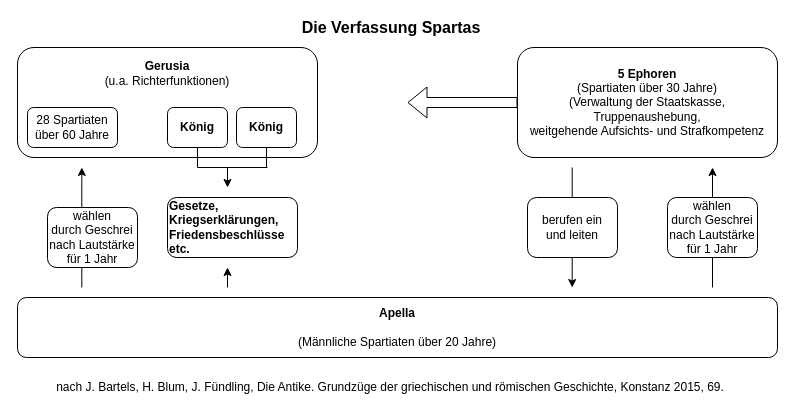
Before: Verfassung Spartas.drawio in eike-code/eike-code.github.io, a draw.io diagram. Source tidied: cells renumbered, new cells numbered last; positions are measured from the earlier drawing's top-left corner, leaving out a move shared by most shapes. Both pictures are drawn from the tidied source at 100%, with x=0, y=0 at pixel (17, 17).
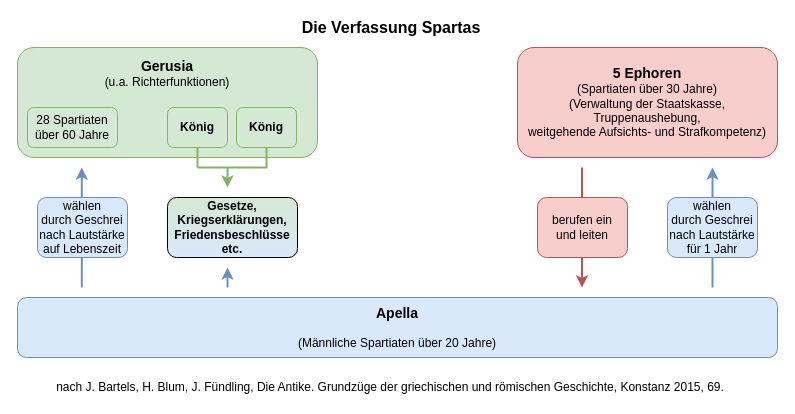
The same diagram, later.

What changed in the source:
```diff
@@
-    <mxCell id="2" style="endArrow=classic;html=1;" parent="1" edge="1">
-      <mxGeometry relative="1" as="geometry">
-        <mxPoint x="554.7" y="150" as="sourcePoint" />
-        <mxPoint x="554.7" y="270" as="targetPoint" />
-      </mxGeometry>
-    </mxCell>
-    <mxCell id="3" style="endArrow=classic;html=1;" parent="1" edge="1">
-      <mxGeometry relative="1" as="geometry">
-        <mxPoint x="695" y="270" as="sourcePoint" />
-        <mxPoint x="695" y="150" as="targetPoint" />
-      </mxGeometry>
-    </mxCell>
@@
-    <mxCell id="6" value="&lt;div&gt;&lt;b&gt;&lt;font face=&quot;Cardo&quot;&gt;5 Ephoren&lt;/font&gt;&lt;/b&gt;&lt;/div&gt;&lt;div&gt;&lt;font face=&quot;Cardo&quot;&gt;(Spartiaten über 30 Jahre)&lt;/font&gt;&lt;/div&gt;&lt;div&gt;&lt;font face=&quot;Cardo&quot;&gt;(Verwaltung der Staatskasse, &lt;br&gt;&lt;/font&gt;&lt;/div&gt;&lt;div&gt;&lt;font face=&quot;Cardo&quot;&gt;Truppenaushebung,&lt;/font&gt;&lt;/div&gt;&lt;div&gt;&lt;font face=&quot;Cardo&quot;&gt;weitgehende Aufsichts- und Strafkompetenz&lt;br&gt;&lt;/font&gt;&lt;/div&gt;" style="rounded=1;whiteSpace=wrap;html=1;" parent="1" vertex="1">
-      <mxGeometry x="500" y="30" width="260" height="110" as="geometry" />
-    </mxCell>
-    <mxCell id="7" value="&lt;div&gt;&lt;b&gt;&lt;font face=&quot;Cardo&quot;&gt;Apella&lt;/font&gt;&lt;/b&gt;&lt;/div&gt;&lt;div&gt;&lt;font face=&quot;Cardo&quot;&gt;&lt;br&gt;&lt;/font&gt;&lt;/div&gt;&lt;div&gt;&lt;font face=&quot;Cardo&quot;&gt;(Männliche Spartiaten über 20 Jahre)&lt;br&gt;&lt;/font&gt;&lt;/div&gt;" style="rounded=1;whiteSpace=wrap;html=1;" parent="1" vertex="1">
-      <mxGeometry y="280" width="760" height="60" as="geometry" />
-    </mxCell>
-    <mxCell id="8" value="&lt;div&gt;&lt;font face=&quot;Cardo&quot;&gt;wählen &lt;br&gt;&lt;/font&gt;&lt;/div&gt;&lt;div&gt;&lt;font face=&quot;Cardo&quot;&gt;durch Geschrei nach Lautstärke für 1 Jahr&lt;/font&gt;&lt;/div&gt;" style="rounded=1;whiteSpace=wrap;html=1;" parent="1" vertex="1">
-      <mxGeometry x="650" y="180" width="90" height="60" as="geometry" />
-    </mxCell>
-    <mxCell id="9" value="&lt;div&gt;&lt;font face=&quot;Cardo&quot;&gt;berufen ein&lt;/font&gt;&lt;/div&gt;&lt;div&gt;&lt;font face=&quot;Cardo&quot;&gt;und leiten&lt;/font&gt;&lt;/div&gt;" style="rounded=1;whiteSpace=wrap;html=1;" parent="1" vertex="1">
-      <mxGeometry x="510" y="180" width="90" height="60" as="geometry" />
-    </mxCell>
-    <mxCell id="10" style="shape=flexArrow;endArrow=classic;html=1;exitX=0;exitY=0.5;exitDx=0;exitDy=0;" parent="1" edge="1" source="6">
-      <mxGeometry relative="1" as="geometry">
-        <mxPoint x="390" y="85" as="targetPoint" />
-      </mxGeometry>
-    </mxCell>
+    <mxCell id="13" value="&lt;div&gt;&lt;font face=&quot;Cardo&quot;&gt;&lt;b&gt;Gesetze,&lt;/b&gt;&lt;/font&gt;&lt;/div&gt;&lt;div&gt;&lt;font face=&quot;Cardo&quot;&gt;&lt;b&gt;Kriegserklärungen,&lt;br&gt;Friedensbeschlüsse etc.&lt;br&gt;&lt;/b&gt;&lt;/font&gt;&lt;/div&gt;" style="rounded=1;whiteSpace=wrap;html=1;align=center;fillColor=#D5E8D4;gradientColor=#DAE8FC;" parent="1" vertex="1">
+      <mxGeometry x="150" y="180" width="130" height="60" as="geometry" />
+    </mxCell>
+    <mxCell id="23" style="group;" parent="1" vertex="1">
+      <mxGeometry y="30" width="300" height="140" as="geometry" />
+    </mxCell>
-    <mxCell id="11" value="&lt;div&gt;&lt;b&gt;&lt;font face=&quot;Cardo&quot;&gt;Gerusia&lt;/font&gt;&lt;/b&gt;&lt;/div&gt;&lt;div&gt;&lt;font face=&quot;Cardo&quot;&gt;(u.a. Richterfunktionen)&lt;/font&gt;&lt;/div&gt;&lt;div&gt;&lt;font face=&quot;Cardo&quot;&gt;&lt;br&gt;&lt;/font&gt;&lt;/div&gt;&lt;div&gt;&lt;font face=&quot;Cardo&quot;&gt;&lt;br&gt;&lt;/font&gt;&lt;/div&gt;&lt;div&gt;&lt;font face=&quot;Cardo&quot;&gt;&lt;br&gt;&lt;/font&gt;&lt;/div&gt;&lt;div&gt;&lt;font face=&quot;Cardo&quot;&gt;&lt;br&gt;&lt;/font&gt;&lt;/div&gt;" style="rounded=1;whiteSpace=wrap;html=1;" parent="1" vertex="1">
-      <mxGeometry y="30" width="300" height="110" as="geometry" />
+    <mxCell id="11" value="&lt;div&gt;&lt;font size=&quot;1&quot;&gt;&lt;b&gt;&lt;font style=&quot;font-size: 14px&quot; face=&quot;Cardo&quot;&gt;Gerusia&lt;/font&gt;&lt;/b&gt;&lt;/font&gt;&lt;/div&gt;&lt;div&gt;&lt;font face=&quot;Cardo&quot;&gt;(u.a. Richterfunktionen)&lt;/font&gt;&lt;/div&gt;&lt;div&gt;&lt;font face=&quot;Cardo&quot;&gt;&lt;br&gt;&lt;/font&gt;&lt;/div&gt;&lt;div&gt;&lt;font face=&quot;Cardo&quot;&gt;&lt;br&gt;&lt;/font&gt;&lt;/div&gt;&lt;div&gt;&lt;font face=&quot;Cardo&quot;&gt;&lt;br&gt;&lt;/font&gt;&lt;/div&gt;&lt;div&gt;&lt;font face=&quot;Cardo&quot;&gt;&lt;br&gt;&lt;/font&gt;&lt;/div&gt;" style="rounded=1;whiteSpace=wrap;html=1;fillColor=#d5e8d4;strokeColor=#82b366;" parent="23" vertex="1">
+      <mxGeometry width="300" height="110" as="geometry" />
     </mxCell>
-    <mxCell id="12" style="endArrow=classic;html=1;" parent="1" edge="1">
-      <mxGeometry relative="1" as="geometry">
-        <mxPoint x="64.3" y="270" as="sourcePoint" />
-        <mxPoint x="64.3" y="150" as="targetPoint" />
-      </mxGeometry>
-    </mxCell>
-    <mxCell id="13" value="&lt;div align=&quot;left&quot;&gt;&lt;font face=&quot;Cardo&quot;&gt;&lt;b&gt;Gesetze,&lt;/b&gt;&lt;/font&gt;&lt;/div&gt;&lt;div align=&quot;left&quot;&gt;&lt;font face=&quot;Cardo&quot;&gt;&lt;b&gt;Kriegserklärungen,&lt;br&gt;Friedensbeschlüsse etc.&lt;br&gt;&lt;/b&gt;&lt;/font&gt;&lt;/div&gt;" style="rounded=1;whiteSpace=wrap;html=1;align=left;" parent="1" vertex="1">
-      <mxGeometry x="150" y="180" width="130" height="60" as="geometry" />
-    </mxCell>
-    <mxCell id="14" value="&lt;div&gt;&lt;font face=&quot;Cardo&quot;&gt;wählen &lt;br&gt;&lt;/font&gt;&lt;/div&gt;&lt;div&gt;&lt;font face=&quot;Cardo&quot;&gt;durch Geschrei nach Lautstärke für 1 Jahr&lt;/font&gt;&lt;/div&gt;" style="rounded=1;whiteSpace=wrap;html=1;" parent="1" vertex="1">
-      <mxGeometry x="30" y="190" width="90" height="60" as="geometry" />
-    </mxCell>
-    <mxCell id="15" style="endArrow=classic;html=1;" parent="1" edge="1">
-      <mxGeometry relative="1" as="geometry">
-        <mxPoint x="210" y="270" as="sourcePoint" />
-        <mxPoint x="210" y="250" as="targetPoint" />
-      </mxGeometry>
-    </mxCell>
-    <mxCell id="16" style="endArrow=classic;html=1;" parent="1" edge="1">
+    <mxCell id="16" style="endArrow=classic;html=1;strokeWidth=2;strokeColor=#82B366;" parent="23" edge="1">
       <mxGeometry relative="1" as="geometry">
-        <mxPoint x="210" y="150" as="sourcePoint" />
-        <mxPoint x="210" y="170" as="targetPoint" />
+        <mxPoint x="210" y="120" as="sourcePoint" />
+        <mxPoint x="210" y="140" as="targetPoint" />
       </mxGeometry>
     </mxCell>
-    <mxCell id="17" value="&lt;b&gt;&lt;font face=&quot;Cardo&quot;&gt;König&lt;/font&gt;&lt;/b&gt;" style="rounded=1;whiteSpace=wrap;html=1;" parent="1" vertex="1">
-      <mxGeometry x="150" y="90" width="60" height="40" as="geometry" />
+    <mxCell id="17" value="&lt;b&gt;&lt;font face=&quot;Cardo&quot;&gt;König&lt;/font&gt;&lt;/b&gt;" style="rounded=1;whiteSpace=wrap;html=1;fillColor=#d5e8d4;strokeColor=#82b366;" parent="23" vertex="1">
+      <mxGeometry x="150" y="60" width="60" height="40" as="geometry" />
     </mxCell>
-    <mxCell id="18" value="&lt;b&gt;&lt;font face=&quot;Cardo&quot;&gt;König&lt;/font&gt;&lt;/b&gt;" style="rounded=1;whiteSpace=wrap;html=1;" parent="1" vertex="1">
-      <mxGeometry x="219" y="90" width="60" height="40" as="geometry" />
+    <mxCell id="18" value="&lt;b&gt;&lt;font face=&quot;Cardo&quot;&gt;König&lt;/font&gt;&lt;/b&gt;" style="rounded=1;whiteSpace=wrap;html=1;fillColor=#d5e8d4;strokeColor=#82b366;" parent="23" vertex="1">
+      <mxGeometry x="219" y="60" width="60" height="40" as="geometry" />
     </mxCell>
-    <mxCell id="19" value="&lt;font face=&quot;Cardo&quot;&gt;28 Spartiaten über 60 Jahre&lt;br&gt;&lt;/font&gt;" style="rounded=1;whiteSpace=wrap;html=1;" parent="1" vertex="1">
-      <mxGeometry x="10" y="90" width="90" height="40" as="geometry" />
+    <mxCell id="19" value="&lt;font face=&quot;Cardo&quot;&gt;28 Spartiaten über 60 Jahre&lt;br&gt;&lt;/font&gt;" style="rounded=1;whiteSpace=wrap;html=1;fillColor=#d5e8d4;strokeColor=#82b366;" parent="23" vertex="1">
+      <mxGeometry x="10" y="60" width="90" height="40" as="geometry" />
     </mxCell>
-    <mxCell id="20" style="endArrow=none;html=1;entryX=0.5;entryY=1;entryDx=0;entryDy=0;" parent="1" edge="1" target="17">
+    <mxCell id="20" style="endArrow=none;html=1;entryX=0.5;entryY=1;entryDx=0;entryDy=0;strokeWidth=2;strokeColor=#82B366;" parent="23" edge="1" target="17">
       <mxGeometry relative="1" as="geometry">
-        <mxPoint x="180" y="150" as="sourcePoint" />
+        <mxPoint x="180" y="120" as="sourcePoint" />
       </mxGeometry>
     </mxCell>
-    <mxCell id="21" style="endArrow=none;html=1;entryX=0.5;entryY=1;entryDx=0;entryDy=0;" parent="1" edge="1" target="18">
+    <mxCell id="21" style="endArrow=none;html=1;entryX=0.5;entryY=1;entryDx=0;entryDy=0;strokeWidth=2;strokeColor=#82B366;" parent="23" edge="1" target="18">
       <mxGeometry relative="1" as="geometry">
-        <mxPoint x="249" y="150" as="sourcePoint" />
+        <mxPoint x="249" y="120" as="sourcePoint" />
       </mxGeometry>
     </mxCell>
-    <mxCell id="22" style="endArrow=none;html=1;" parent="1" edge="1">
+    <mxCell id="22" style="endArrow=none;html=1;strokeWidth=2;strokeColor=#82B366;" parent="23" edge="1">
       <mxGeometry relative="1" as="geometry">
-        <mxPoint x="180" y="150" as="sourcePoint" />
-        <mxPoint x="250" y="150" as="targetPoint" />
+        <mxPoint x="180" y="120" as="sourcePoint" />
+        <mxPoint x="250" y="120" as="targetPoint" />
       </mxGeometry>
     </mxCell>
+    <mxCell id="24" style="group;" parent="1" vertex="1">
+      <mxGeometry y="150" width="760" height="190" as="geometry" />
+    </mxCell>
+    <mxCell id="7" value="&lt;div style=&quot;font-size: 14px&quot;&gt;&lt;font style=&quot;font-size: 14px&quot;&gt;&lt;b&gt;&lt;font style=&quot;font-size: 14px&quot; face=&quot;Cardo&quot;&gt;Apella&lt;/font&gt;&lt;/b&gt;&lt;/font&gt;&lt;/div&gt;&lt;div&gt;&lt;font face=&quot;Cardo&quot;&gt;&lt;br&gt;&lt;/font&gt;&lt;/div&gt;&lt;div&gt;&lt;font face=&quot;Cardo&quot;&gt;(Männliche Spartiaten über 20 Jahre)&lt;br&gt;&lt;/font&gt;&lt;/div&gt;" style="rounded=1;whiteSpace=wrap;html=1;labelBackgroundColor=none;labelBorderColor=none;fillColor=#dae8fc;strokeColor=#6c8ebf;" parent="24" vertex="1">
+      <mxGeometry y="130" width="760" height="60" as="geometry" />
+    </mxCell>
+    <mxCell id="15" style="endArrow=classic;html=1;strokeWidth=2;strokeColor=#6c8ebf;" parent="24" edge="1">
+      <mxGeometry relative="1" as="geometry">
+        <mxPoint x="210" y="120" as="sourcePoint" />
+        <mxPoint x="210" y="100" as="targetPoint" />
+      </mxGeometry>
+    </mxCell>
+    <mxCell id="25" style="group;" parent="24" vertex="1">
+      <mxGeometry x="650" width="90" height="120" as="geometry" />
+    </mxCell>
+    <mxCell id="3" style="endArrow=classic;html=1;strokeWidth=2;strokeColor=#6c8ebf;" parent="25" edge="1">
+      <mxGeometry relative="1" as="geometry">
+        <mxPoint x="45" y="120" as="sourcePoint" />
+        <mxPoint x="45" as="targetPoint" />
+      </mxGeometry>
+    </mxCell>
+    <mxCell id="8" value="&lt;div&gt;&lt;font face=&quot;Cardo&quot;&gt;wählen &lt;br&gt;&lt;/font&gt;&lt;/div&gt;&lt;div&gt;&lt;font face=&quot;Cardo&quot;&gt;durch Geschrei nach Lautstärke für 1 Jahr&lt;/font&gt;&lt;/div&gt;" style="rounded=1;whiteSpace=wrap;html=1;labelBackgroundColor=none;fillColor=#dae8fc;strokeColor=#6c8ebf;" parent="25" vertex="1">
+      <mxGeometry y="30" width="90" height="60" as="geometry" />
+    </mxCell>
+    <mxCell id="26" style="group;" parent="24" vertex="1">
+      <mxGeometry x="20" width="90" height="120" as="geometry" />
+    </mxCell>
+    <mxCell id="12" style="endArrow=classic;html=1;strokeWidth=2;strokeColor=#6c8ebf;" parent="26" edge="1">
+      <mxGeometry relative="1" as="geometry">
+        <mxPoint x="44.3" y="120" as="sourcePoint" />
+        <mxPoint x="44.3" as="targetPoint" />
+      </mxGeometry>
+    </mxCell>
+    <mxCell id="14" value="&lt;div&gt;&lt;font face=&quot;Cardo&quot;&gt;wählen &lt;br&gt;&lt;/font&gt;&lt;/div&gt;&lt;div&gt;&lt;font face=&quot;Cardo&quot;&gt;durch Geschrei nach Lautstärke auf Lebenszeit&lt;br&gt;&lt;/font&gt;&lt;/div&gt;" style="rounded=1;whiteSpace=wrap;html=1;labelBackgroundColor=none;fillColor=#dae8fc;strokeColor=#6c8ebf;" parent="26" vertex="1">
+      <mxGeometry y="30" width="90" height="60" as="geometry" />
+    </mxCell>
+    <mxCell id="27" style="group;" parent="1" vertex="1">
+      <mxGeometry x="370" y="30" width="390" height="110" as="geometry" />
+    </mxCell>
+    <mxCell id="6" value="&lt;div&gt;&lt;font size=&quot;1&quot;&gt;&lt;b&gt;&lt;font style=&quot;font-size: 14px&quot; face=&quot;Cardo&quot;&gt;5 Ephoren&lt;/font&gt;&lt;/b&gt;&lt;/font&gt;&lt;/div&gt;&lt;div&gt;&lt;font face=&quot;Cardo&quot;&gt;(Spartiaten über 30 Jahre)&lt;/font&gt;&lt;/div&gt;&lt;div&gt;&lt;font face=&quot;Cardo&quot;&gt;(Verwaltung der Staatskasse, &lt;br&gt;&lt;/font&gt;&lt;/div&gt;&lt;div&gt;&lt;font face=&quot;Cardo&quot;&gt;Truppenaushebung,&lt;/font&gt;&lt;/div&gt;&lt;div&gt;&lt;font face=&quot;Cardo&quot;&gt;weitgehende Aufsichts- und Strafkompetenz&lt;/font&gt;)&lt;/div&gt;" style="rounded=1;whiteSpace=wrap;html=1;fillColor=#f8cecc;strokeColor=#b85450;" parent="27" vertex="1">
+      <mxGeometry x="130" width="260" height="110" as="geometry" />
+    </mxCell>
+    <mxCell id="28" style="group;" parent="1" vertex="1">
+      <mxGeometry x="520" y="150" width="90" height="120" as="geometry" />
+    </mxCell>
+    <mxCell id="2" style="endArrow=classic;html=1;strokeWidth=2;strokeColor=#b85450;" parent="28" edge="1">
+      <mxGeometry relative="1" as="geometry">
+        <mxPoint x="44.5" as="sourcePoint" />
+        <mxPoint x="44.5" y="120" as="targetPoint" />
+      </mxGeometry>
+    </mxCell>
+    <mxCell id="9" value="&lt;div&gt;&lt;font face=&quot;Cardo&quot;&gt;berufen ein&lt;/font&gt;&lt;/div&gt;&lt;div&gt;&lt;font face=&quot;Cardo&quot;&gt;und leiten&lt;/font&gt;&lt;/div&gt;" style="rounded=1;whiteSpace=wrap;html=1;fillColor=#f8cecc;strokeColor=#b85450;" parent="28" vertex="1">
+      <mxGeometry y="30" width="90" height="60" as="geometry" />
+    </mxCell>
```
